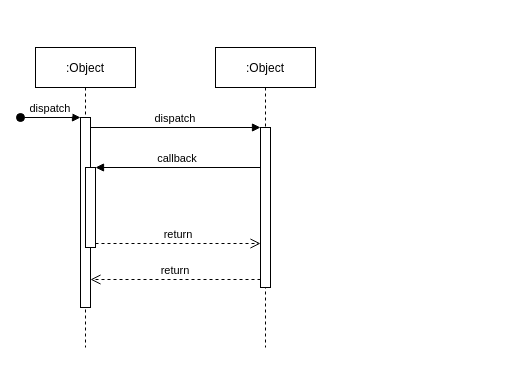
Earlier version of the draw.io diagram UML/SW ENG course/Untitled Diagram.drawio (DeveloperLauri/UML-charts-draw.io). Source tidied: cells renumbered, new cells numbered last; positions are measured from the earlier drawing's top-left corner, leaving out a move shared by most shapes. Both pictures are drawn from the tidied source at 100%, with x=0, y=0 at pixel (20, 47).
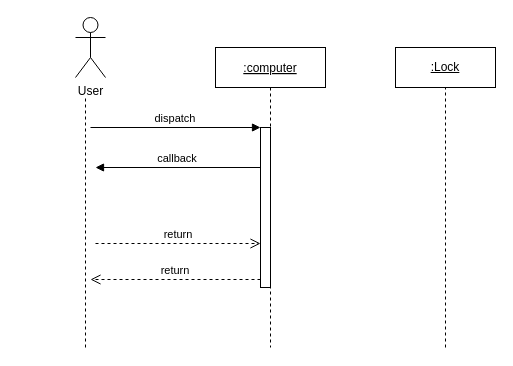
The same page after the edit.

Change to the diagram source:
```diff
@@
 <mxGraphModel>
   <root>
     <mxCell id="0" />
     <mxCell id="1" parent="0" />
-    <mxCell id="2" value=":Object" style="shape=umlLifeline;perimeter=lifelinePerimeter;rounded=0;shadow=0;strokeWidth=1;" parent="1" vertex="1">
-      <mxGeometry x="15" width="100" height="300" as="geometry" />
-    </mxCell>
-    <mxCell id="3" style="points=[];perimeter=orthogonalPerimeter;rounded=0;shadow=0;strokeWidth=1;" parent="2" vertex="1">
-      <mxGeometry x="45" y="70" width="10" height="190" as="geometry" />
-    </mxCell>
-    <mxCell id="4" value="dispatch" style="verticalAlign=bottom;startArrow=oval;endArrow=block;startSize=8;shadow=0;strokeWidth=1;" parent="2" edge="1" target="3">
-      <mxGeometry relative="1" as="geometry">
-        <mxPoint x="-15" y="70" as="sourcePoint" />
-      </mxGeometry>
-    </mxCell>
-    <mxCell id="5" style="points=[];perimeter=orthogonalPerimeter;rounded=0;shadow=0;strokeWidth=1;" parent="2" vertex="1">
-      <mxGeometry x="50" y="120" width="10" height="80" as="geometry" />
-    </mxCell>
-    <mxCell id="6" value=":Object" style="shape=umlLifeline;perimeter=lifelinePerimeter;rounded=0;shadow=0;strokeWidth=1;" parent="1" vertex="1">
-      <mxGeometry x="195" width="100" height="300" as="geometry" />
+    <mxCell id="6" value=":computer" style="shape=umlLifeline;perimeter=lifelinePerimeter;rounded=0;shadow=0;strokeWidth=1;fontStyle=4;" parent="1" vertex="1">
+      <mxGeometry x="195" width="110" height="300" as="geometry" />
     </mxCell>
     <mxCell id="7" style="points=[];perimeter=orthogonalPerimeter;rounded=0;shadow=0;strokeWidth=1;" parent="6" vertex="1">
       <mxGeometry x="45" y="80" width="10" height="160" as="geometry" />
     </mxCell>
-    <mxCell id="8" value="return" style="verticalAlign=bottom;endArrow=open;dashed=1;endSize=8;exitX=0;exitY=0.95;shadow=0;strokeWidth=1;" parent="1" edge="1" source="7" target="3">
-      <mxGeometry relative="1" as="geometry" />
+    <mxCell id="8" value="return" style="verticalAlign=bottom;endArrow=open;dashed=1;endSize=8;exitX=0;exitY=0.95;shadow=0;strokeWidth=1;" parent="1" edge="1" source="7">
+      <mxGeometry relative="1" as="geometry">
+        <mxPoint x="70" y="232" as="targetPoint" />
+      </mxGeometry>
     </mxCell>
-    <mxCell id="9" value="dispatch" style="verticalAlign=bottom;endArrow=block;entryX=0;entryY=0;shadow=0;strokeWidth=1;" parent="1" edge="1" source="3" target="7">
-      <mxGeometry relative="1" as="geometry" />
+    <mxCell id="9" value="dispatch" style="verticalAlign=bottom;endArrow=block;entryX=0;entryY=0;shadow=0;strokeWidth=1;" parent="1" edge="1" target="7">
+      <mxGeometry relative="1" as="geometry">
+        <mxPoint x="70" y="80" as="sourcePoint" />
+      </mxGeometry>
     </mxCell>
-    <mxCell id="10" value="callback" style="verticalAlign=bottom;endArrow=block;entryX=1;entryY=0;shadow=0;strokeWidth=1;" parent="1" edge="1" source="7" target="5">
-      <mxGeometry relative="1" as="geometry" />
+    <mxCell id="10" value="callback" style="verticalAlign=bottom;endArrow=block;entryX=1;entryY=0;shadow=0;strokeWidth=1;" parent="1" edge="1" source="7">
+      <mxGeometry relative="1" as="geometry">
+        <mxPoint x="75" y="120" as="targetPoint" />
+      </mxGeometry>
     </mxCell>
-    <mxCell id="11" value="return" style="verticalAlign=bottom;endArrow=open;dashed=1;endSize=8;exitX=1;exitY=0.95;shadow=0;strokeWidth=1;" parent="1" edge="1" source="5" target="7">
-      <mxGeometry relative="1" as="geometry" />
+    <mxCell id="11" value="return" style="verticalAlign=bottom;endArrow=open;dashed=1;endSize=8;exitX=1;exitY=0.95;shadow=0;strokeWidth=1;" parent="1" edge="1" target="7">
+      <mxGeometry relative="1" as="geometry">
+        <mxPoint x="75" y="196" as="sourcePoint" />
+      </mxGeometry>
     </mxCell>
+    <mxCell id="12" style="endArrow=none;dashed=1;html=1;rounded=0;" parent="1" edge="1">
+      <mxGeometry relative="1" as="geometry">
+        <mxPoint x="65" y="300" as="sourcePoint" />
+        <mxPoint x="65" y="50" as="targetPoint" />
+      </mxGeometry>
+    </mxCell>
+    <mxCell id="13" value="User" style="shape=umlActor;verticalLabelPosition=bottom;verticalAlign=top;html=1;" parent="1" vertex="1">
+      <mxGeometry x="55" y="-30" width="30" height="60" as="geometry" />
+    </mxCell>
+    <mxCell id="14" value="&lt;u&gt;:Lock&lt;/u&gt;" style="rounded=0;whiteSpace=wrap;html=1;" parent="1" vertex="1">
+      <mxGeometry x="375" width="100" height="40" as="geometry" />
+    </mxCell>
+    <mxCell id="15" style="endArrow=none;dashed=1;html=1;rounded=0;entryX=0.5;entryY=1;entryDx=0;entryDy=0;" parent="1" edge="1" target="14">
+      <mxGeometry relative="1" as="geometry">
+        <mxPoint x="425" y="300" as="sourcePoint" />
+      </mxGeometry>
+    </mxCell>
   </root>
 </mxGraphModel>
```
